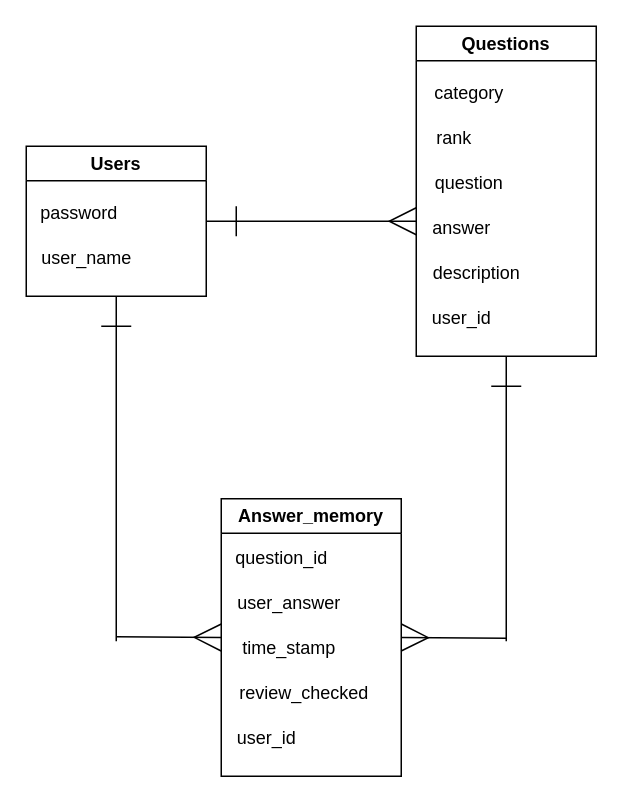
koki037/kihonjoho_apps keeps this draw.io diagram as ER.dio. Above is the earlier version. Source tidied: cells renumbered, new cells numbered last; positions are measured from the earlier drawing's top-left corner, leaving out a move shared by most shapes. Both pictures are drawn from the tidied source at 150%, with x=0, y=0 at pixel (26, 26).
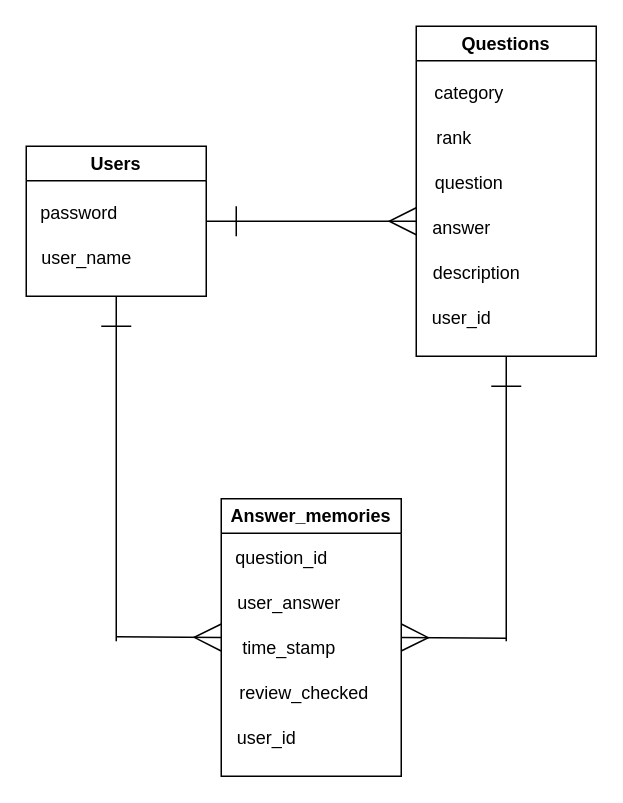
Above is the later version.

The edit, as a diff of the source:
```diff
@@
-    <mxCell id="17" value="Answer_memory" style="swimlane;whiteSpace=wrap;html=1;" parent="1" vertex="1">
+    <mxCell id="17" value="Answer_memories" style="swimlane;whiteSpace=wrap;html=1;" parent="1" vertex="1">
       <mxGeometry x="130" y="315" width="120" height="185" as="geometry" />
     </mxCell>
```
